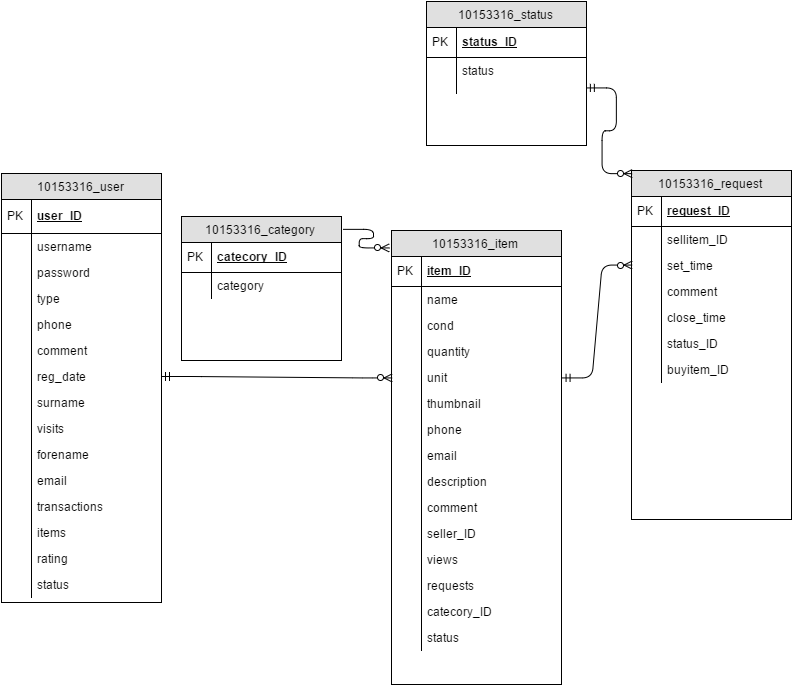
The draw.io diagram I244Project/images/database.png in skelegon/I244, before a commit. Source tidied: cells renumbered, new cells last; positions are measured from the earlier drawing's top-left corner, leaving out a move shared by most shapes.
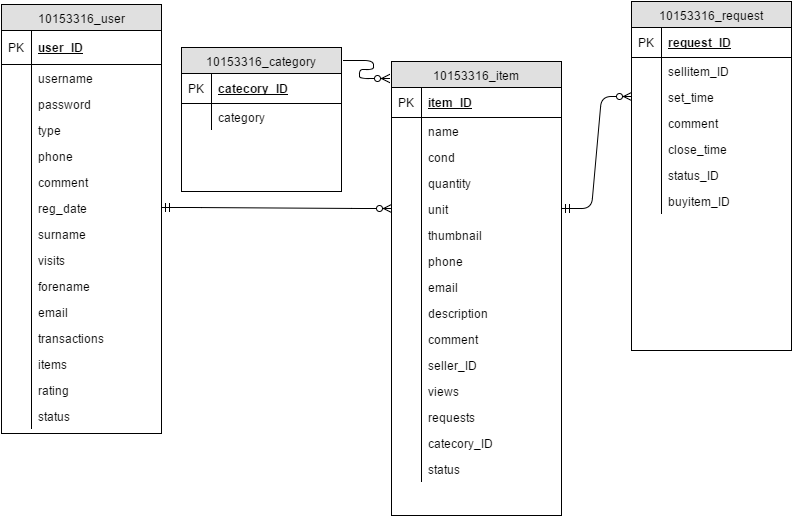
After the commit.

The edit, as a diff of the source:
```diff
@@ -236,30 +236,6 @@
     <mxCell id="79" style="edgeStyle=entityRelationEdgeStyle;html=1;endArrow=ERzeroToMany;startArrow=ERmandOne;exitX=1;exitY=0.5;entryX=0;entryY=0.5;" parent="1" edge="1" source="11" target="69">
       <mxGeometry relative="1" as="geometry" />
     </mxCell>
-    <mxCell id="80" value="10153316_status" style="swimlane;html=1;fontStyle=0;horizontal=1;startSize=26;fillColor=#e0e0e0;swimlaneFillColor=#ffffff;align=center;" parent="1" vertex="1">
-      <mxGeometry x="425" width="160" height="144" as="geometry" />
-    </mxCell>
-    <mxCell id="81" value="status_ID" style="shape=partialRectangle;top=0;left=0;right=0;bottom=1;html=1;align=left;verticalAlign=middle;fillColor=none;spacingLeft=34;spacingRight=4;whiteSpace=wrap;overflow=hidden;fontStyle=5;" parent="80" vertex="1">
-      <mxGeometry y="26" width="160" height="30" as="geometry" />
-    </mxCell>
-    <mxCell id="82" value="PK" style="shape=partialRectangle;top=0;left=0;bottom=0;html=1;fillColor=none;align=left;verticalAlign=middle;spacingLeft=4;spacingRight=4;whiteSpace=wrap;overflow=hidden;" parent="81" vertex="1">
-      <mxGeometry width="30" height="30" as="geometry" />
-    </mxCell>
-    <mxCell id="83" value="status" style="shape=partialRectangle;top=0;left=0;right=0;bottom=0;html=1;align=left;verticalAlign=top;fillColor=none;spacingLeft=34;spacingRight=4;whiteSpace=wrap;overflow=hidden;" parent="80" vertex="1">
-      <mxGeometry y="56" width="160" height="26" as="geometry" />
-    </mxCell>
-    <mxCell id="84" style="shape=partialRectangle;top=0;left=0;bottom=0;html=1;fillColor=none;align=left;verticalAlign=top;spacingLeft=4;spacingRight=4;whiteSpace=wrap;overflow=hidden;" parent="83" vertex="1">
-      <mxGeometry width="30" height="26" as="geometry" />
-    </mxCell>
-    <mxCell id="85" style="shape=partialRectangle;top=0;left=0;right=0;bottom=0;html=1;align=left;verticalAlign=top;fillColor=none;spacingLeft=34;spacingRight=4;whiteSpace=wrap;overflow=hidden;points=[[0,0.5],[1,0.5]];portConstraint=eastwest;" parent="80" vertex="1">
-      <mxGeometry y="82" width="160" height="10" as="geometry" />
-    </mxCell>
-    <mxCell id="86" style="shape=partialRectangle;top=0;left=0;bottom=0;html=1;fillColor=none;align=left;verticalAlign=top;spacingLeft=4;spacingRight=4;whiteSpace=wrap;overflow=hidden;" parent="85" vertex="1">
-      <mxGeometry width="30" height="10" as="geometry" />
-    </mxCell>
-    <mxCell id="87" style="edgeStyle=entityRelationEdgeStyle;html=1;endArrow=ERzeroToMany;startArrow=ERmandOne;exitX=1;exitY=0.5;entryX=0;entryY=0.009;entryPerimeter=0;" parent="1" edge="1" source="85" target="64">
-      <mxGeometry relative="1" as="geometry" />
-    </mxCell>
     <mxCell id="88" style="edgeStyle=entityRelationEdgeStyle;html=1;endArrow=ERzeroToMany;startArrow=ERmandOne;entryX=0;entryY=0.5;" parent="1" edge="1" source="46" target="11">
       <mxGeometry x="-485" y="-787" as="geometry" />
     </mxCell>
```
